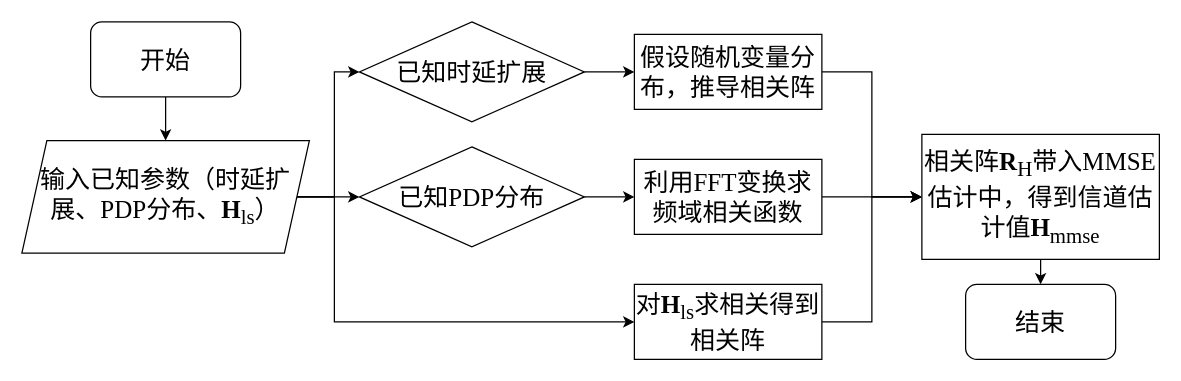
The draw.io diagram 相关阵计算.drawio in JYbrucEupup/zip, before the edit. Source tidied: cells renumbered, new cells numbered last; positions are measured from the earlier drawing's top-left corner, leaving out a move shared by most shapes. Both pictures are drawn from the tidied source at 125%, with x=0, y=0 at pixel (21, 21).
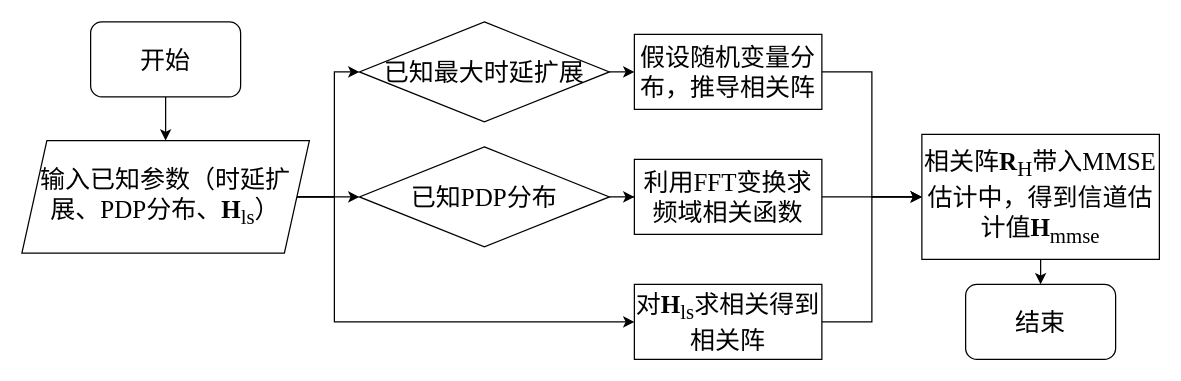
After the change.

Commit message:
更新相关阵计算.drawio

What changed in the source:
```diff
@@
-    <mxCell id="8" value="&lt;span style=&quot;font-family: &amp;quot;Times New Roman&amp;quot;; font-size: 20px;&quot;&gt;已知时延扩展&lt;/span&gt;" style="rhombus;whiteSpace=wrap;html=1;" parent="1" vertex="1">
-      <mxGeometry x="270" width="180" height="80" as="geometry" />
+    <mxCell id="8" value="&lt;span style=&quot;font-family: &amp;quot;Times New Roman&amp;quot;; font-size: 20px;&quot;&gt;已知最大时延扩展&lt;/span&gt;" style="rhombus;whiteSpace=wrap;html=1;" parent="1" vertex="1">
+      <mxGeometry x="270" width="200" height="80" as="geometry" />
     </mxCell>
@@
     <mxCell id="10" value="&lt;span style=&quot;font-family: &amp;quot;Times New Roman&amp;quot;; font-size: 20px;&quot;&gt;已知PDP分布&lt;/span&gt;" style="rhombus;whiteSpace=wrap;html=1;" parent="1" vertex="1">
-      <mxGeometry x="270" y="100" width="180" height="80" as="geometry" />
+      <mxGeometry x="270" y="100" width="200" height="80" as="geometry" />
     </mxCell>
```
